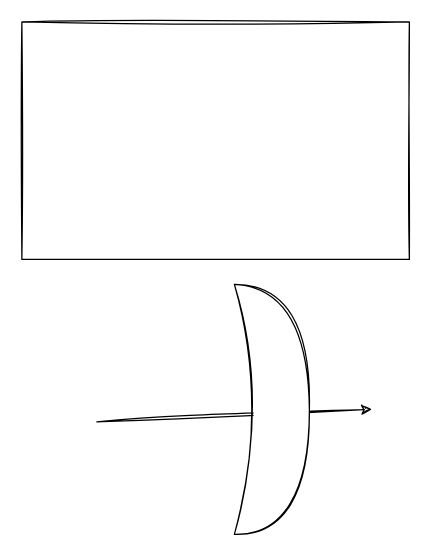
Earlier version of the draw.io diagram 未命名绘图.drawio (starjun/diagrams). Source tidied: cells renumbered, new cells numbered last; positions are measured from the earlier drawing's top-left corner, leaving out a move shared by most shapes. Both pictures are drawn from the tidied source at 125%, with x=0, y=0 at pixel (21, 21).
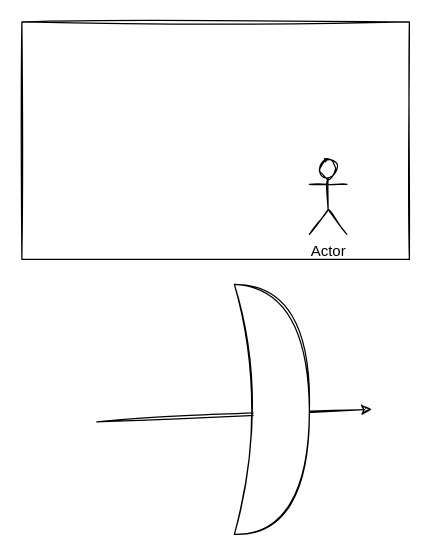
Above is the later version.

Change to the diagram source:
```diff
@@
 <mxGraphModel>
   <root>
     <mxCell id="0" />
     <mxCell id="1" parent="0" />
     <mxCell id="2" style="endArrow=classic;html=1;rounded=0;sketch=1;" parent="1" edge="1">
       <mxGeometry relative="1" as="geometry">
         <mxPoint x="60" y="320" as="sourcePoint" />
         <mxPoint x="280" y="310" as="targetPoint" />
       </mxGeometry>
     </mxCell>
     <mxCell id="3" style="shape=xor;whiteSpace=wrap;html=1;sketch=1;" parent="1" vertex="1">
       <mxGeometry x="170" y="210" width="60" height="200" as="geometry" />
     </mxCell>
     <mxCell id="4" style="whiteSpace=wrap;html=1;sketch=1;" parent="1" vertex="1">
       <mxGeometry width="310" height="190" as="geometry" />
     </mxCell>
+    <mxCell id="5" value="Actor" style="shape=umlActor;verticalLabelPosition=bottom;verticalAlign=top;html=1;sketch=1;" parent="1" vertex="1">
+      <mxGeometry x="230" y="110" width="30" height="60" as="geometry" />
+    </mxCell>
   </root>
 </mxGraphModel>
```
